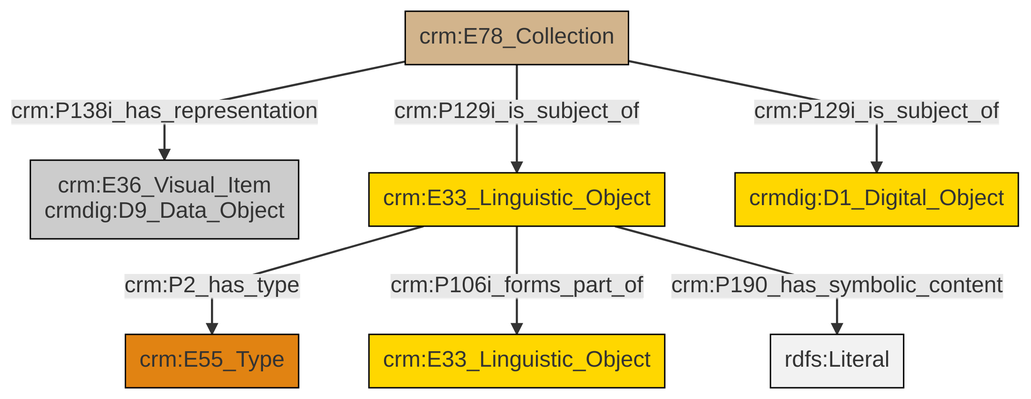
swiss-art-research-net/docs.swissartresearch keeps this Mermaid diagram as et/archivalCSV/ttl/mmd/png/archival_docs.png. Above is the earlier version. Its source is kept beside it as et/archivalCSV/ttl/mmd/archival_docs.ttl.mmd.
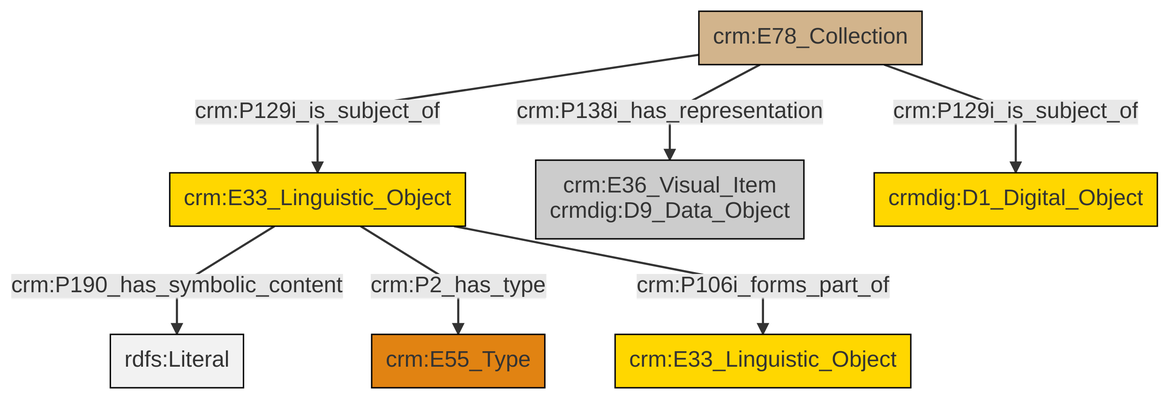
After the change.

What changed in the source:
```diff
@@ -13,9 +13,9 @@
 classDef PC_Classes fill:#4ce600, stroke:#000000;
 classDef Multi fill:#cccccc,stroke:#000000;
 
-2["crm:E33_Linguistic_Object"]:::Conceptual_Object -->|crm:P2_has_type| 3["crm:E55_Type"]:::Type
-2["crm:E33_Linguistic_Object"]:::Conceptual_Object -->|crm:P106i_forms_part_of| 4["crm:E33_Linguistic_Object"]:::Conceptual_Object
-2["crm:E33_Linguistic_Object"]:::Conceptual_Object -->|crm:P190_has_symbolic_content| 8[rdfs:Literal]:::Literal
-9["crm:E78_Collection"]:::Physical_Thing -->|crm:P138i_has_representation| 0["crm:E36_Visual_Item<br>crmdig:D9_Data_Object"]:::Multi
-9["crm:E78_Collection"]:::Physical_Thing -->|crm:P129i_is_subject_of| 5["crmdig:D1_Digital_Object"]:::Conceptual_Object
-9["crm:E78_Collection"]:::Physical_Thing -->|crm:P129i_is_subject_of| 2["crm:E33_Linguistic_Object"]:::Conceptual_Object
+0["crm:E78_Collection"]:::Physical_Thing -->|crm:P129i_is_subject_of| 4["crm:E33_Linguistic_Object"]:::Conceptual_Object
+0["crm:E78_Collection"]:::Physical_Thing -->|crm:P138i_has_representation| 5["crm:E36_Visual_Item<br>crmdig:D9_Data_Object"]:::Multi
+4["crm:E33_Linguistic_Object"]:::Conceptual_Object -->|crm:P190_has_symbolic_content| 6[rdfs:Literal]:::Literal
+0["crm:E78_Collection"]:::Physical_Thing -->|crm:P129i_is_subject_of| 7["crmdig:D1_Digital_Object"]:::Conceptual_Object
+4["crm:E33_Linguistic_Object"]:::Conceptual_Object -->|crm:P2_has_type| 9["crm:E55_Type"]:::Type
+4["crm:E33_Linguistic_Object"]:::Conceptual_Object -->|crm:P106i_forms_part_of| 2["crm:E33_Linguistic_Object"]:::Conceptual_Object
```
